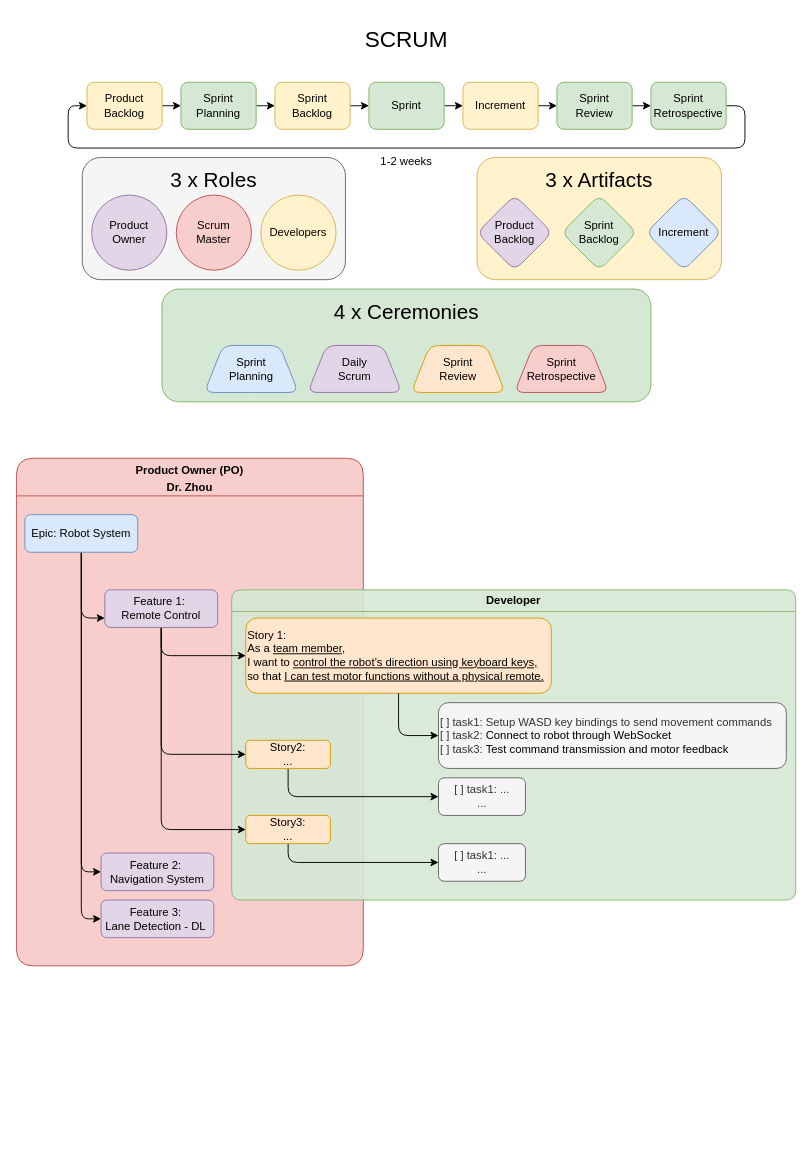
This is docs/scrum/SCRUM_Process.drawio from MUPAAL/farm-ng-project, a draw.io file, before an edit. Source tidied: cells renumbered, new cells numbered last; positions are measured from the earlier drawing's top-left corner, leaving out a move shared by most shapes. Both pictures are drawn from the tidied source at 94%, with x=0, y=0 at pixel (16, 16).
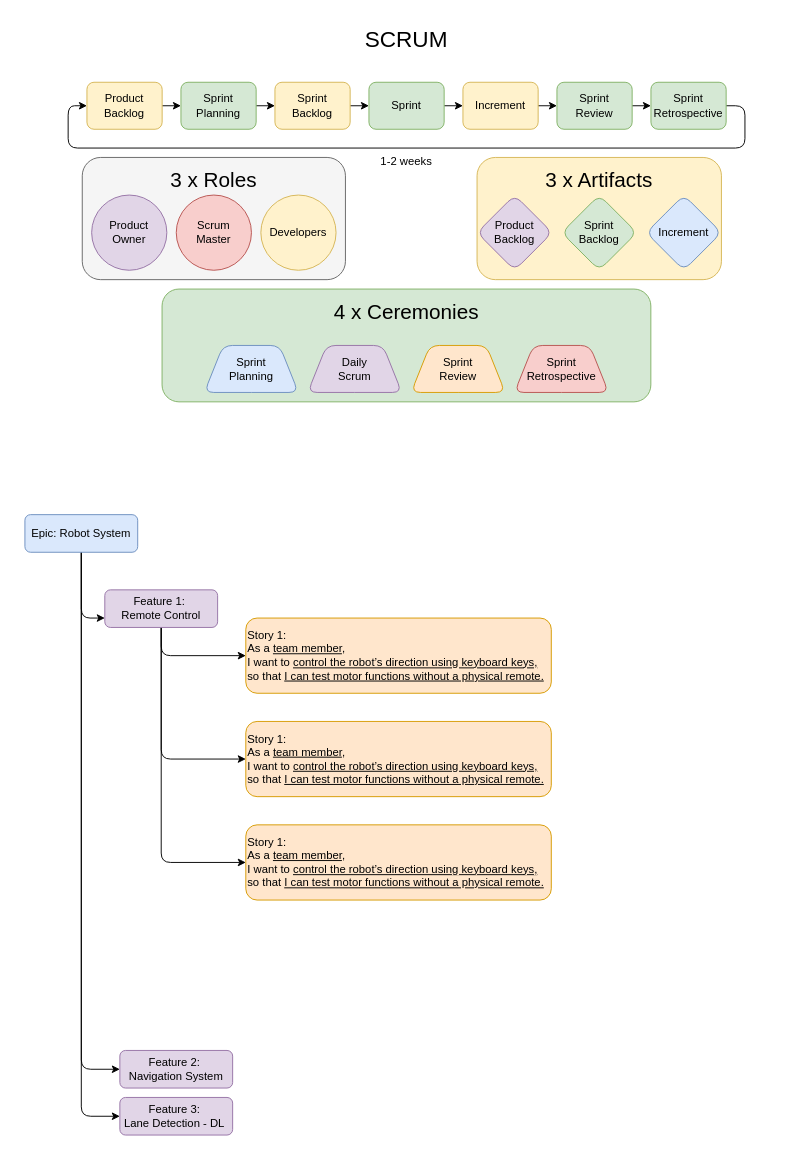
The same page after the edit.

Diff of the diagram source:
```diff
@@
-    <mxCell id="36" style="group;" parent="1" vertex="1">
-      <mxGeometry y="470" width="829" height="540" as="geometry" />
-    </mxCell>
-    <mxCell id="37" value="&lt;table&gt;&lt;tbody&gt;&lt;tr&gt;&lt;td&gt;&lt;strong&gt;Product Owner (PO)&lt;/strong&gt;&lt;/td&gt;&lt;/tr&gt;&lt;/tbody&gt;&lt;/table&gt;Dr. Zhou" style="swimlane;whiteSpace=wrap;html=1;rounded=1;fillColor=#f8cecc;strokeColor=#b85450;glass=0;swimlaneFillColor=light-dark(#f8cecc, #ededed);startSize=40;" parent="36" vertex="1">
-      <mxGeometry width="369" height="540" as="geometry" />
-    </mxCell>
-    <mxCell id="38" value="Feature 2:&amp;nbsp;&lt;div&gt;Navigation System&lt;/div&gt;" style="rounded=1;whiteSpace=wrap;html=1;labelBackgroundColor=none;fillColor=#e1d5e7;strokeColor=#9673a6;" parent="37" vertex="1">
-      <mxGeometry x="90" y="420" width="120" height="40" as="geometry" />
+    <mxCell id="38" value="Feature 2:&amp;nbsp;&lt;div&gt;Navigation System&lt;/div&gt;" style="rounded=1;whiteSpace=wrap;html=1;labelBackgroundColor=none;fillColor=#e1d5e7;strokeColor=#9673a6;" parent="1" vertex="1">
+      <mxGeometry x="110" y="1100" width="120" height="40" as="geometry" />
     </mxCell>
-    <mxCell id="39" value="Feature 3:&amp;nbsp;&lt;div&gt;Lane Detection - DL&lt;span style=&quot;background-color: transparent; color: light-dark(rgb(0, 0, 0), rgb(255, 255, 255));&quot;&gt;&amp;nbsp;&lt;/span&gt;&lt;/div&gt;" style="rounded=1;whiteSpace=wrap;html=1;labelBackgroundColor=none;fillColor=#e1d5e7;strokeColor=#9673a6;" parent="37" vertex="1">
-      <mxGeometry x="90" y="470" width="120" height="40" as="geometry" />
+    <mxCell id="39" value="Feature 3:&amp;nbsp;&lt;div&gt;Lane Detection - DL&lt;span style=&quot;background-color: transparent; color: light-dark(rgb(0, 0, 0), rgb(255, 255, 255));&quot;&gt;&amp;nbsp;&lt;/span&gt;&lt;/div&gt;" style="rounded=1;whiteSpace=wrap;html=1;labelBackgroundColor=none;fillColor=#e1d5e7;strokeColor=#9673a6;" parent="1" vertex="1">
+      <mxGeometry x="110" y="1150" width="120" height="40" as="geometry" />
     </mxCell>
-    <mxCell id="40" value="Developer" style="swimlane;whiteSpace=wrap;html=1;rounded=1;fillColor=#d5e8d4;strokeColor=#82b366;glass=0;backgroundOutline=0;fillStyle=auto;swimlaneLine=1;arcSize=15;swimlaneFillColor=light-dark(#d6e8d5, #ededed);opacity=90;" parent="36" vertex="1">
-      <mxGeometry x="229" y="140" width="600" height="330" as="geometry" />
-    </mxCell>
-    <mxCell id="41" style="edgeStyle=orthogonalEdgeStyle;rounded=1;jettySize=auto;html=1;exitX=0.5;exitY=1;exitDx=0;exitDy=0;entryX=0;entryY=0.5;entryDx=0;entryDy=0;" parent="40" edge="1" source="42" target="49">
-      <mxGeometry relative="1" as="geometry" />
-    </mxCell>
-    <mxCell id="42" value="Story3:&lt;div&gt;...&lt;/div&gt;" style="rounded=1;whiteSpace=wrap;html=1;labelBackgroundColor=none;fillColor=#ffe6cc;strokeColor=#d79b00;" parent="40" vertex="1">
-      <mxGeometry x="15" y="240" width="90" height="30" as="geometry" />
-    </mxCell>
-    <mxCell id="43" style="edgeStyle=orthogonalEdgeStyle;rounded=1;jettySize=auto;html=1;exitX=0.5;exitY=1;exitDx=0;exitDy=0;entryX=0;entryY=0.5;entryDx=0;entryDy=0;" parent="40" edge="1" source="44" target="48">
-      <mxGeometry relative="1" as="geometry" />
-    </mxCell>
-    <mxCell id="44" value="Story2:&lt;div&gt;...&lt;/div&gt;" style="rounded=1;whiteSpace=wrap;html=1;labelBackgroundColor=none;fillColor=#ffe6cc;strokeColor=#d79b00;" parent="40" vertex="1">
-      <mxGeometry x="15" y="160" width="90" height="30" as="geometry" />
-    </mxCell>
-    <mxCell id="45" value="Story 1:&amp;nbsp;&lt;div&gt;&lt;div&gt;As a &lt;u&gt;team member&lt;/u&gt;,&lt;/div&gt;&lt;div&gt;I want to &lt;u&gt;control the robot’s direction using keyboard keys,&lt;/u&gt;&lt;/div&gt;&lt;div&gt;so that &lt;u&gt;I can test motor functions without a physical remote.&lt;/u&gt;&lt;/div&gt;&lt;/div&gt;" style="rounded=1;whiteSpace=wrap;html=1;labelBackgroundColor=none;align=left;fillColor=#ffe6cc;strokeColor=#d79b00;" parent="40" vertex="1">
-      <mxGeometry x="15" y="30" width="325" height="80" as="geometry" />
-    </mxCell>
-    <mxCell id="46" value="[ ] task1:&amp;nbsp;&lt;span style=&quot;background-color: transparent;&quot;&gt;Setup WASD key bindings to send movement commands&lt;/span&gt;&lt;div&gt;[ ] task2:&amp;nbsp;&lt;span style=&quot;background-color: transparent; color: light-dark(rgb(0, 0, 0), rgb(255, 255, 255));&quot;&gt;Connect to robot through WebSocket&lt;/span&gt;&lt;/div&gt;&lt;div&gt;[ ] task3:&amp;nbsp;&lt;span style=&quot;background-color: transparent; color: light-dark(rgb(0, 0, 0), rgb(255, 255, 255));&quot;&gt;Test command transmission and motor feedback&lt;/span&gt;&lt;/div&gt;" style="whiteSpace=wrap;html=1;rounded=1;labelBackgroundColor=none;align=left;fillColor=#f5f5f5;fontColor=#333333;strokeColor=#666666;" parent="40" vertex="1">
-      <mxGeometry x="220" y="120" width="370" height="70" as="geometry" />
-    </mxCell>
-    <mxCell id="47" style="edgeStyle=orthogonalEdgeStyle;rounded=1;jettySize=auto;html=1;entryX=0;entryY=0.5;entryDx=0;entryDy=0;" parent="40" edge="1" source="45" target="46">
-      <mxGeometry relative="1" as="geometry" />
-    </mxCell>
-    <mxCell id="48" value="&lt;span style=&quot;text-align: left;&quot;&gt;[ ] task1: ...&lt;/span&gt;&lt;div&gt;&lt;span style=&quot;text-align: left;&quot;&gt;...&lt;/span&gt;&lt;/div&gt;" style="whiteSpace=wrap;html=1;rounded=1;fillColor=#f5f5f5;fontColor=#333333;strokeColor=#666666;" parent="40" vertex="1">
-      <mxGeometry x="220" y="200" width="92.5" height="40" as="geometry" />
-    </mxCell>
-    <mxCell id="49" value="&lt;span style=&quot;text-align: left;&quot;&gt;[ ] task1: ...&lt;/span&gt;&lt;div&gt;&lt;span style=&quot;text-align: left;&quot;&gt;...&lt;/span&gt;&lt;/div&gt;" style="whiteSpace=wrap;html=1;rounded=1;fillColor=#f5f5f5;fontColor=#333333;strokeColor=#666666;" parent="40" vertex="1">
-      <mxGeometry x="220" y="270" width="92.5" height="40" as="geometry" />
-    </mxCell>
+    <mxCell id="55" style="edgeStyle=elbowEdgeStyle;rounded=1;jettySize=auto;html=1;exitX=0.5;exitY=1;exitDx=0;exitDy=0;entryX=0;entryY=0.5;entryDx=0;entryDy=0;labelBackgroundColor=none;fontColor=default;" parent="1" edge="1" source="57" target="38">
+      <mxGeometry relative="1" as="geometry">
+        <Array as="points">
+          <mxPoint x="69" y="670" />
+        </Array>
+      </mxGeometry>
+    </mxCell>
+    <mxCell id="56" style="edgeStyle=elbowEdgeStyle;rounded=1;jettySize=auto;html=1;exitX=0.5;exitY=1;exitDx=0;exitDy=0;entryX=0;entryY=0.5;entryDx=0;entryDy=0;labelBackgroundColor=none;fontColor=default;" parent="1" edge="1" source="57" target="39">
+      <mxGeometry relative="1" as="geometry">
+        <Array as="points">
+          <mxPoint x="69" y="710" />
+        </Array>
+      </mxGeometry>
+    </mxCell>
-    <mxCell id="50" style="edgeStyle=elbowEdgeStyle;rounded=1;jettySize=auto;html=1;exitX=0.5;exitY=1;exitDx=0;exitDy=0;entryX=0;entryY=0.5;entryDx=0;entryDy=0;labelBackgroundColor=none;fontColor=default;" parent="36" edge="1" source="53" target="45">
+    <mxCell id="50" style="edgeStyle=elbowEdgeStyle;rounded=1;jettySize=auto;html=1;exitX=0.5;exitY=1;exitDx=0;exitDy=0;entryX=0;entryY=0.5;entryDx=0;entryDy=0;labelBackgroundColor=none;fontColor=default;" parent="1" edge="1" source="53" target="45">
       <mxGeometry relative="1" as="geometry">
         <Array as="points">
-          <mxPoint x="154" y="220" />
+          <mxPoint x="154" y="690" />
         </Array>
       </mxGeometry>
     </mxCell>
-    <mxCell id="51" style="edgeStyle=elbowEdgeStyle;rounded=1;jettySize=auto;html=1;exitX=0.5;exitY=1;exitDx=0;exitDy=0;entryX=0;entryY=0.5;entryDx=0;entryDy=0;labelBackgroundColor=none;fontColor=default;" parent="36" edge="1" source="53" target="44">
+    <mxCell id="51" style="edgeStyle=elbowEdgeStyle;rounded=1;jettySize=auto;html=1;exitX=0.5;exitY=1;exitDx=0;exitDy=0;entryX=0;entryY=0.5;entryDx=0;entryDy=0;labelBackgroundColor=none;fontColor=default;" parent="1" edge="1" source="53" target="58">
       <mxGeometry relative="1" as="geometry">
         <Array as="points">
-          <mxPoint x="154" y="240" />
+          <mxPoint x="154" y="710" />
         </Array>
       </mxGeometry>
     </mxCell>
-    <mxCell id="52" style="edgeStyle=elbowEdgeStyle;rounded=1;jettySize=auto;html=1;exitX=0.5;exitY=1;exitDx=0;exitDy=0;entryX=0;entryY=0.5;entryDx=0;entryDy=0;labelBackgroundColor=none;fontColor=default;" parent="36" edge="1" source="53" target="42">
+    <mxCell id="52" style="edgeStyle=elbowEdgeStyle;rounded=1;jettySize=auto;html=1;exitX=0.5;exitY=1;exitDx=0;exitDy=0;entryX=0;entryY=0.5;entryDx=0;entryDy=0;labelBackgroundColor=none;fontColor=default;" parent="1" edge="1" source="53" target="59">
       <mxGeometry relative="1" as="geometry">
         <Array as="points">
-          <mxPoint x="154" y="240" />
+          <mxPoint x="154" y="710" />
         </Array>
       </mxGeometry>
     </mxCell>
-    <mxCell id="53" value="Feature 1:&amp;nbsp;&lt;div&gt;Remote Control&lt;/div&gt;" style="rounded=1;whiteSpace=wrap;html=1;labelBackgroundColor=none;fillColor=#e1d5e7;strokeColor=#9673a6;" parent="36" vertex="1">
-      <mxGeometry x="94" y="140" width="120" height="40" as="geometry" />
+    <mxCell id="53" value="Feature 1:&amp;nbsp;&lt;div&gt;Remote Control&lt;/div&gt;" style="rounded=1;whiteSpace=wrap;html=1;labelBackgroundColor=none;fillColor=#e1d5e7;strokeColor=#9673a6;" parent="1" vertex="1">
+      <mxGeometry x="94" y="610" width="120" height="40" as="geometry" />
     </mxCell>
-    <mxCell id="54" style="edgeStyle=elbowEdgeStyle;rounded=1;jettySize=auto;html=1;labelBackgroundColor=none;fontColor=default;exitX=0.5;exitY=1;exitDx=0;exitDy=0;" parent="36" edge="1" source="57" target="53">
+    <mxCell id="54" style="edgeStyle=elbowEdgeStyle;rounded=1;jettySize=auto;html=1;labelBackgroundColor=none;fontColor=default;exitX=0.5;exitY=1;exitDx=0;exitDy=0;" parent="1" edge="1" source="57" target="53">
       <mxGeometry relative="1" as="geometry">
         <Array as="points">
-          <mxPoint x="69" y="170" />
+          <mxPoint x="69" y="640" />
         </Array>
       </mxGeometry>
     </mxCell>
-    <mxCell id="55" style="edgeStyle=elbowEdgeStyle;rounded=1;jettySize=auto;html=1;exitX=0.5;exitY=1;exitDx=0;exitDy=0;entryX=0;entryY=0.5;entryDx=0;entryDy=0;labelBackgroundColor=none;fontColor=default;" parent="36" edge="1" source="57" target="38">
-      <mxGeometry relative="1" as="geometry">
-        <Array as="points">
-          <mxPoint x="69" y="200" />
-        </Array>
-      </mxGeometry>
-    </mxCell>
-    <mxCell id="56" style="edgeStyle=elbowEdgeStyle;rounded=1;jettySize=auto;html=1;exitX=0.5;exitY=1;exitDx=0;exitDy=0;entryX=0;entryY=0.5;entryDx=0;entryDy=0;labelBackgroundColor=none;fontColor=default;" parent="36" edge="1" source="57" target="39">
-      <mxGeometry relative="1" as="geometry">
-        <Array as="points">
-          <mxPoint x="69" y="240" />
-        </Array>
-      </mxGeometry>
-    </mxCell>
-    <mxCell id="57" value="&lt;div&gt;Epic: Robot System&lt;/div&gt;" style="rounded=1;whiteSpace=wrap;html=1;labelBackgroundColor=none;fillColor=#dae8fc;strokeColor=#6c8ebf;" parent="36" vertex="1">
-      <mxGeometry x="9" y="60" width="120" height="40" as="geometry" />
+    <mxCell id="57" value="&lt;div&gt;Epic: Robot System&lt;/div&gt;" style="rounded=1;whiteSpace=wrap;html=1;labelBackgroundColor=none;fillColor=#dae8fc;strokeColor=#6c8ebf;" parent="1" vertex="1">
+      <mxGeometry x="9" y="530" width="120" height="40" as="geometry" />
     </mxCell>
+    <mxCell id="45" value="Story 1:&amp;nbsp;&lt;div&gt;&lt;div&gt;As a &lt;u&gt;team member&lt;/u&gt;,&lt;/div&gt;&lt;div&gt;I want to &lt;u&gt;control the robot’s direction using keyboard keys,&lt;/u&gt;&lt;/div&gt;&lt;div&gt;so that &lt;u&gt;I can test motor functions without a physical remote.&lt;/u&gt;&lt;/div&gt;&lt;/div&gt;" style="rounded=1;whiteSpace=wrap;html=1;labelBackgroundColor=none;align=left;fillColor=#ffe6cc;strokeColor=#d79b00;" parent="1" vertex="1">
+      <mxGeometry x="244" y="640" width="325" height="80" as="geometry" />
+    </mxCell>
+    <mxCell id="58" value="Story 1:&amp;nbsp;&lt;div&gt;&lt;div&gt;As a &lt;u&gt;team member&lt;/u&gt;,&lt;/div&gt;&lt;div&gt;I want to &lt;u&gt;control the robot’s direction using keyboard keys,&lt;/u&gt;&lt;/div&gt;&lt;div&gt;so that &lt;u&gt;I can test motor functions without a physical remote.&lt;/u&gt;&lt;/div&gt;&lt;/div&gt;" style="rounded=1;whiteSpace=wrap;html=1;labelBackgroundColor=none;align=left;fillColor=#ffe6cc;strokeColor=#d79b00;" parent="1" vertex="1">
+      <mxGeometry x="244" y="750" width="325" height="80" as="geometry" />
+    </mxCell>
+    <mxCell id="59" value="Story 1:&amp;nbsp;&lt;div&gt;&lt;div&gt;As a &lt;u&gt;team member&lt;/u&gt;,&lt;/div&gt;&lt;div&gt;I want to &lt;u&gt;control the robot’s direction using keyboard keys,&lt;/u&gt;&lt;/div&gt;&lt;div&gt;so that &lt;u&gt;I can test motor functions without a physical remote.&lt;/u&gt;&lt;/div&gt;&lt;/div&gt;" style="rounded=1;whiteSpace=wrap;html=1;labelBackgroundColor=none;align=left;fillColor=#ffe6cc;strokeColor=#d79b00;" parent="1" vertex="1">
+      <mxGeometry x="244" y="860" width="325" height="80" as="geometry" />
+    </mxCell>
```
